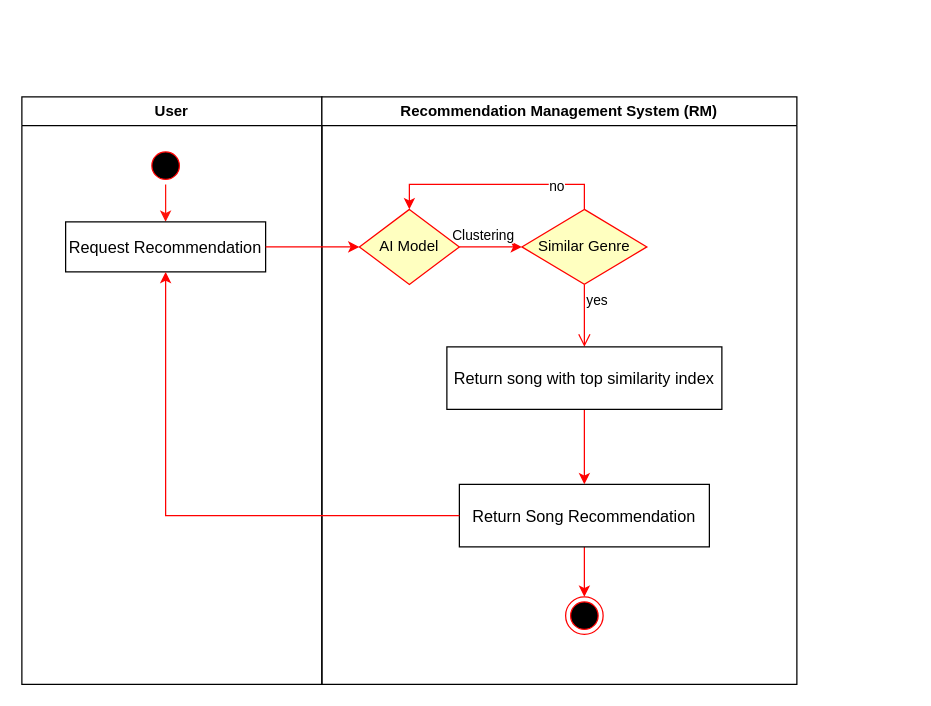
Moonholiday/OniMusic-Misc keeps this draw.io diagram as Diagrams/io files/RM-Recommend-AD.drawio. Above is the earlier version. Source tidied: cells renumbered, new cells numbered last; positions are measured from the earlier drawing's top-left corner, leaving out a move shared by most shapes. Both pictures are drawn from the tidied source at 125%, with x=0, y=0 at pixel (21, 96).
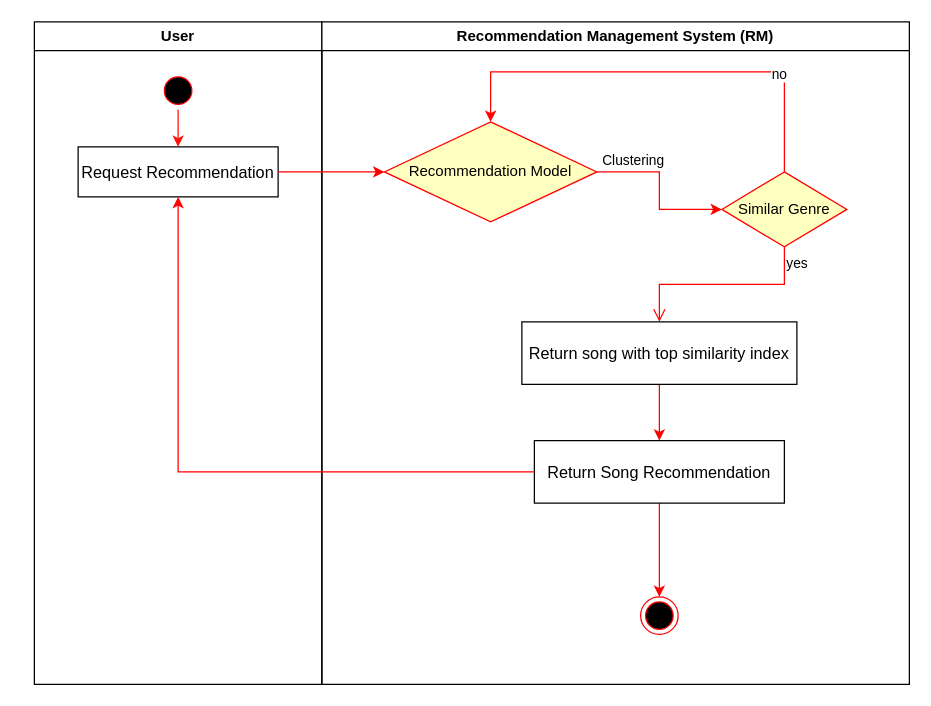
Above is the later version.

What changed in the source:
```diff
@@
     <mxCell id="2" value="User" style="swimlane;whiteSpace=wrap;" parent="1" vertex="1">
-      <mxGeometry width="240" height="470" as="geometry" />
+      <mxGeometry x="10" y="-60" width="230" height="530" as="geometry" />
     </mxCell>
@@
     <mxCell id="6" value="Recommendation Management System (RM)" style="swimlane;whiteSpace=wrap;" parent="1" vertex="1">
-      <mxGeometry x="240" width="380" height="470" as="geometry" />
+      <mxGeometry x="240" y="-60" width="470" height="530" as="geometry" />
     </mxCell>
     <mxCell id="7" style="ellipse;shape=endState;fillColor=#000000;strokeColor=#ff0000;" parent="6" vertex="1">
-      <mxGeometry x="195" y="400" width="30" height="30" as="geometry" />
+      <mxGeometry x="255" y="460" width="30" height="30" as="geometry" />
     </mxCell>
@@
     <mxCell id="9" value="Return Song Recommendation" style="fontSize=13;fontStyle=0;" parent="6" vertex="1">
-      <mxGeometry x="110" y="310" width="200" height="50" as="geometry" />
+      <mxGeometry x="170" y="335" width="200" height="50" as="geometry" />
     </mxCell>
     <mxCell id="10" style="edgeStyle=orthogonalEdgeStyle;rounded=0;jettySize=auto;html=1;entryX=0.5;entryY=0;entryDx=0;entryDy=0;strokeColor=#FF0000;" parent="6" edge="1" source="12" target="18">
       <mxGeometry relative="1" as="geometry">
         <Array as="points">
-          <mxPoint x="210" y="70" />
-          <mxPoint x="70" y="70" />
+          <mxPoint x="370" y="40" />
+          <mxPoint x="135" y="40" />
         </Array>
       </mxGeometry>
     </mxCell>
@@
     <mxCell id="12" value="Similar Genre" style="rhombus;whiteSpace=wrap;html=1;fillColor=#ffffc0;strokeColor=#ff0000;" parent="6" vertex="1">
-      <mxGeometry x="160" y="90" width="100" height="60" as="geometry" />
+      <mxGeometry x="320" y="120" width="100" height="60" as="geometry" />
     </mxCell>
@@
     <mxCell id="15" value="Return song with top similarity index" style="fontSize=13;fontStyle=0;" parent="6" vertex="1">
-      <mxGeometry x="100" y="200" width="220" height="50" as="geometry" />
+      <mxGeometry x="160" y="240" width="220" height="50" as="geometry" />
     </mxCell>
@@
-    <mxCell id="18" value="AI Model" style="rhombus;whiteSpace=wrap;html=1;fillColor=#ffffc0;strokeColor=#ff0000;" parent="6" vertex="1">
-      <mxGeometry x="30" y="90" width="80" height="60" as="geometry" />
+    <mxCell id="18" value="Recommendation Model" style="rhombus;whiteSpace=wrap;html=1;fillColor=#ffffc0;strokeColor=#ff0000;" parent="6" vertex="1">
+      <mxGeometry x="50" y="80" width="170" height="80" as="geometry" />
     </mxCell>
```
